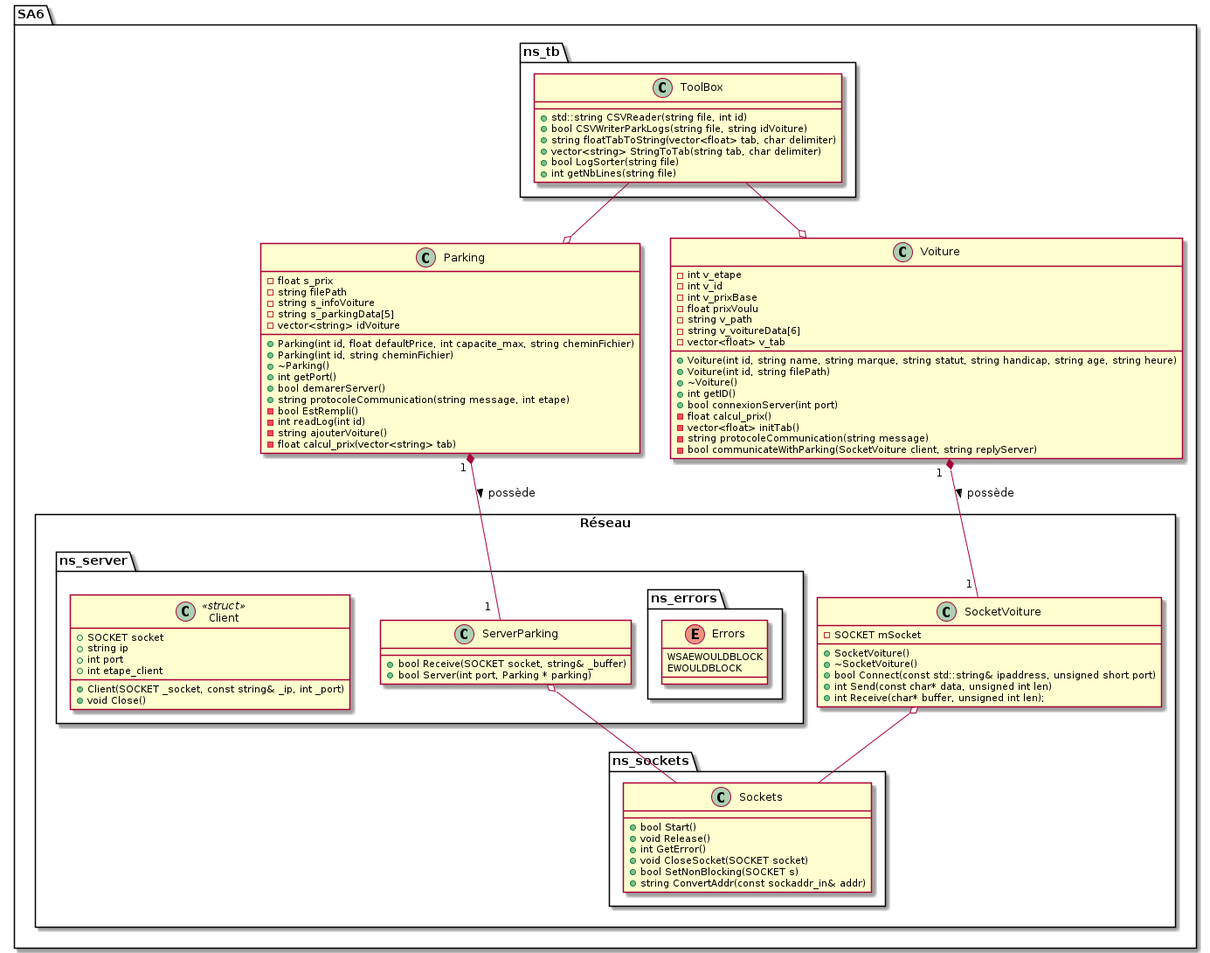
This is SA6/doc/SA6_uml.png from KevinFroissart/SA6_CarPark_AI, a PlantUML export, as it was before one commit.
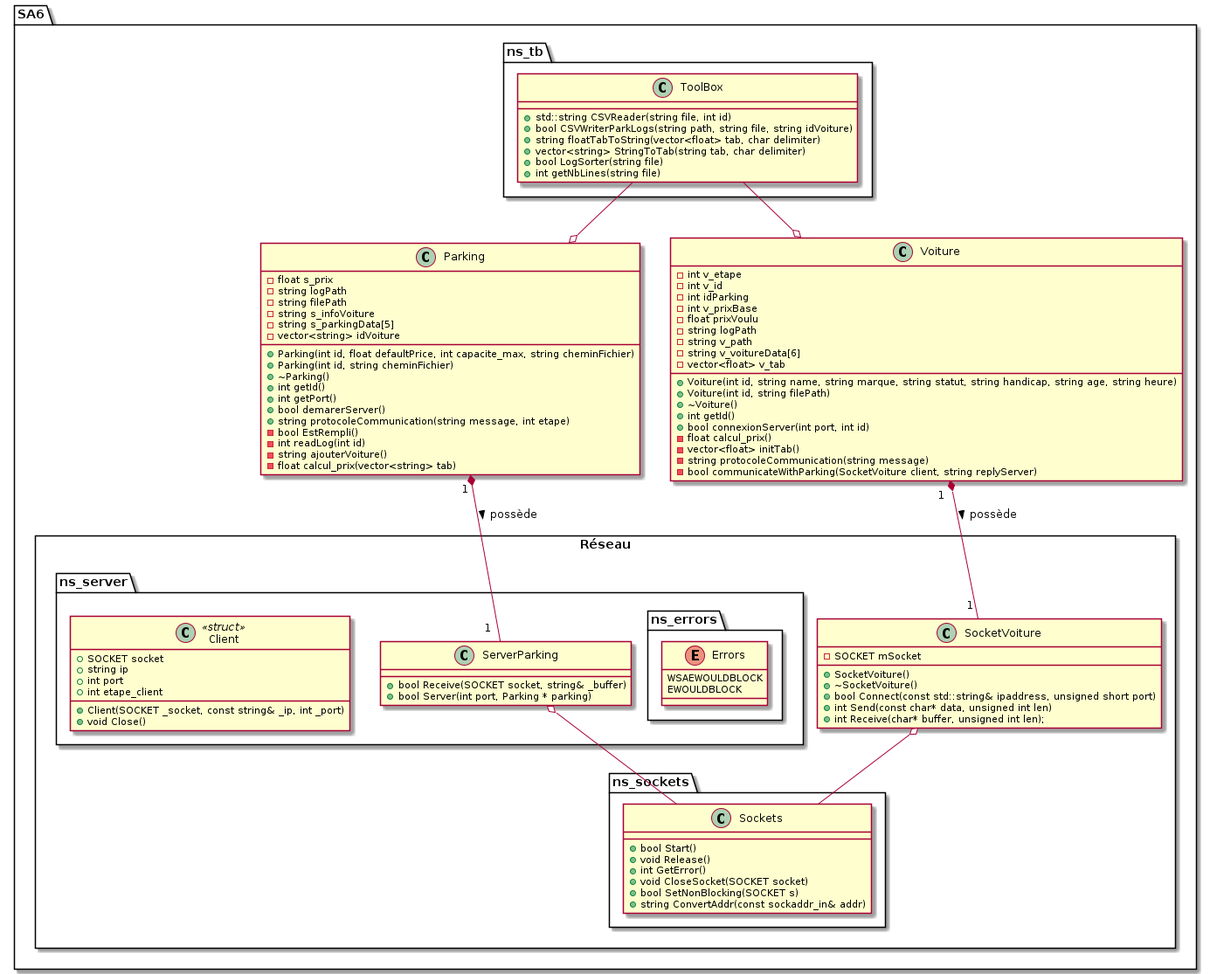
Later version of the same file.

Diff of the diagram source:
```diff
@@ -5,7 +5,7 @@
     package ns_tb {
         class ToolBox {
             + std::string CSVReader(string file, int id)
-            + bool CSVWriterParkLogs(string file, string idVoiture)
+            + bool CSVWriterParkLogs(string path, string file, string idVoiture)
             + string floatTabToString(vector<float> tab, char delimiter)
             + vector<string> StringToTab(string tab, char delimiter)
             + bool LogSorter(string file)
@@ -15,6 +15,7 @@
 
     class Parking {
         - float s_prix
+        - string logPath
         - string filePath
         - string s_infoVoiture
         - string s_parkingData[5]
@@ -23,6 +24,7 @@
         + Parking(int id, float defaultPrice, int capacite_max, string cheminFichier)
         + Parking(int id, string cheminFichier)
         + ~Parking()
+        + int getId()
         + int getPort()
         + bool demarerServer()
         + string protocoleCommunication(string message, int etape)
@@ -35,8 +37,10 @@
     Class Voiture {
         - int v_etape
         - int v_id
+        - int idParking
         - int v_prixBase
         - float prixVoulu
+        - string logPath
         - string v_path
         - string v_voitureData[6]
         - vector<float> v_tab
@@ -44,8 +48,8 @@
         + Voiture(int id, string name, string marque, string statut, string handicap, string age, string heure)
         + Voiture(int id, string filePath)
         + ~Voiture()
-        + int getID()
-        + bool connexionServer(int port)
+        + int getId()
+        + bool connexionServer(int port, int id)
         - float calcul_prix()
         - vector<float> initTab()
         - string protocoleCommunication(string message)
```
